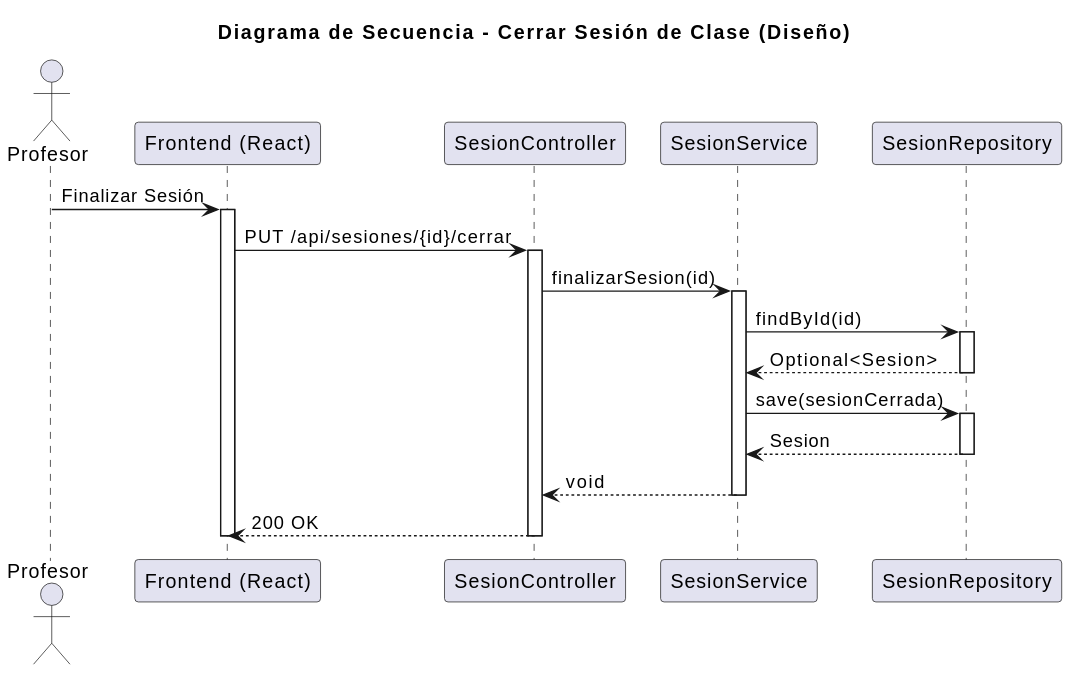
Before: images/diseño/profesor/cerrarSesionClase/cerrarSesionClase.svg, a diagram exported from PlantUML (jerdier/25-26-idsw2-sdVC).
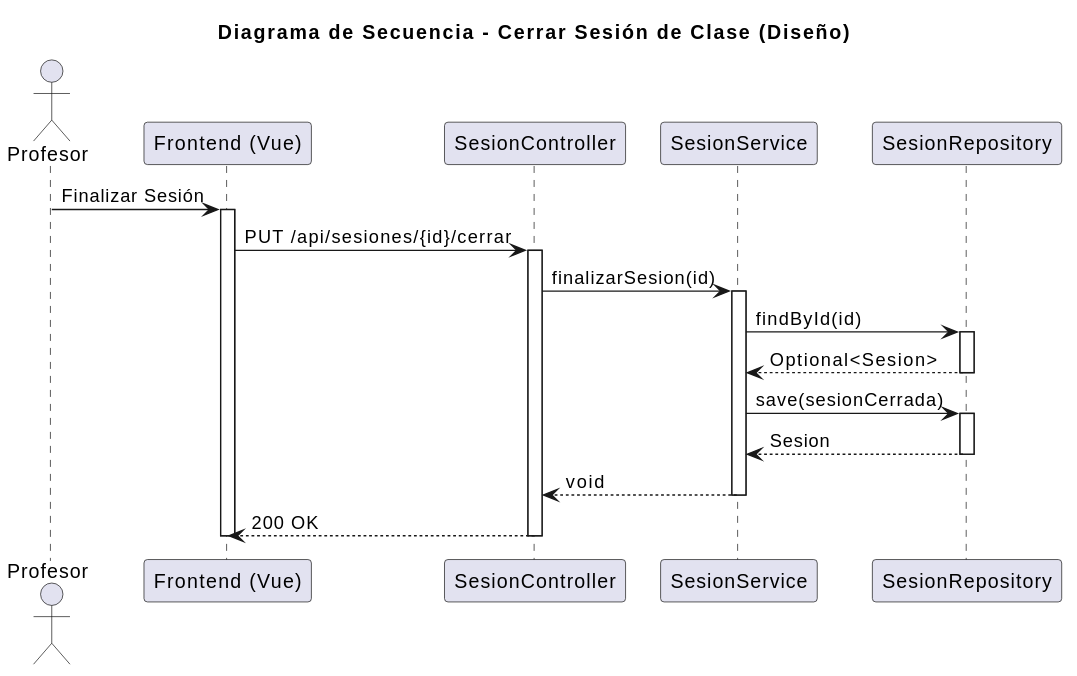
Above is the later version.

What changed in the source:
```diff
@@ -2,7 +2,7 @@
 title Diagrama de Secuencia - Cerrar Sesión de Clase (Diseño)
 
 actor "Profesor" as Teacher
-participant "Frontend (React)" as FE
+participant "Frontend (Vue)" as FE
 participant "SesionController" as Controller
 participant "SesionService" as Service
 participant "SesionRepository" as Repository
```
